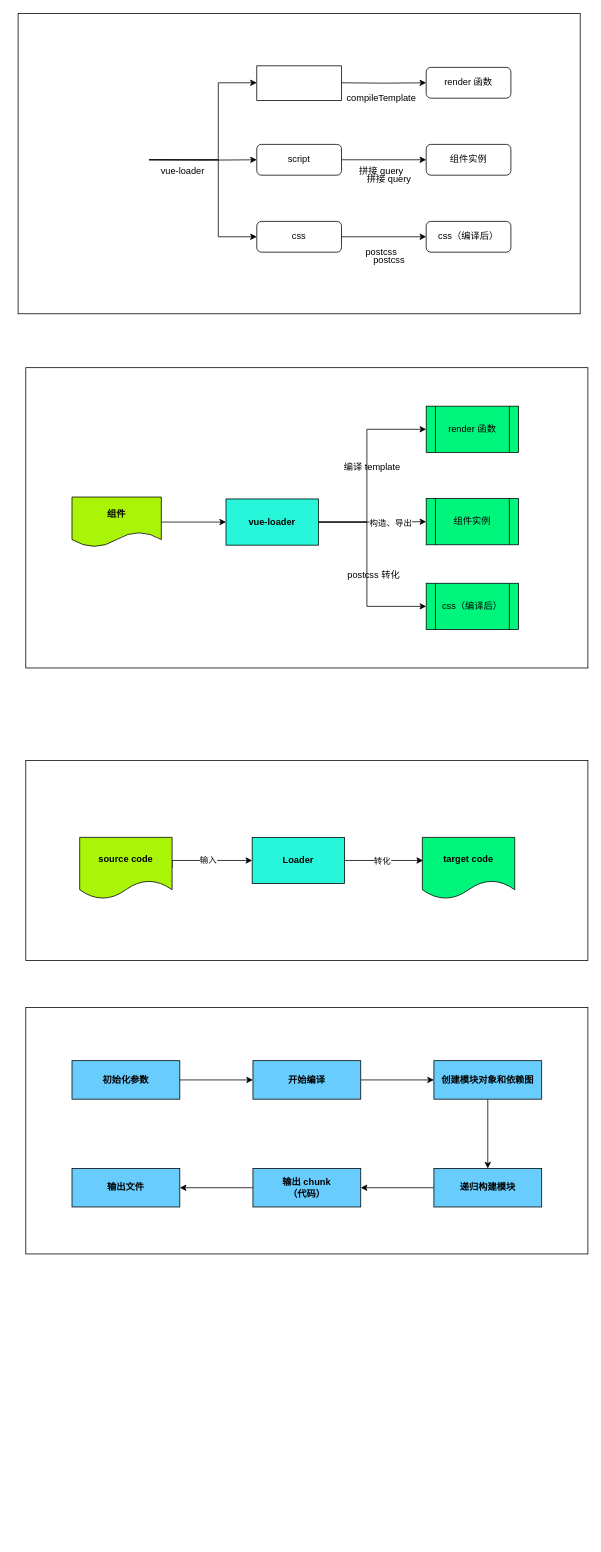
Earlier version of the draw.io diagram Untitled scoped css.drawio (WJCHumble/graph-asserts). Source tidied: cells renumbered, new cells numbered last; positions are measured from the earlier drawing's top-left corner, leaving out a move shared by most shapes. Both pictures are drawn from the tidied source at 77%, with x=0, y=0 at pixel (18, 13).
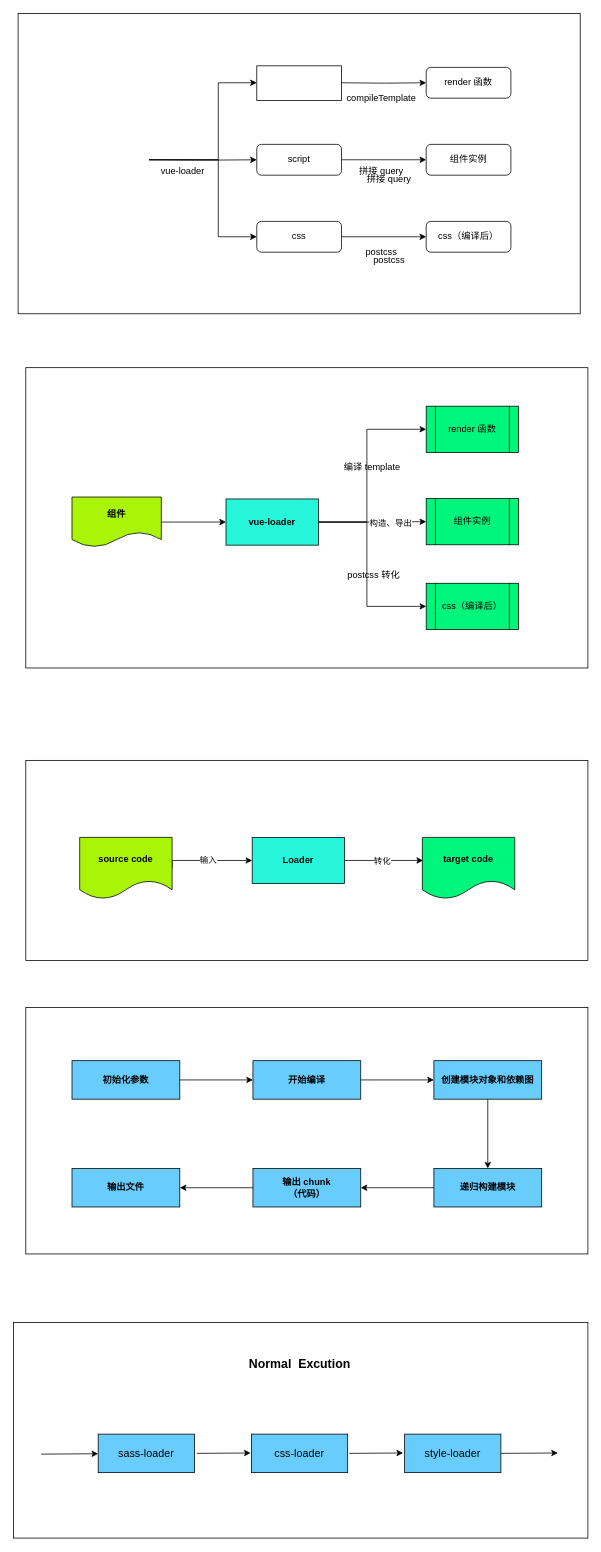
After the change.

What changed in the source:
```diff
@@
+    <mxCell id="54" style="rounded=0;whiteSpace=wrap;html=1;" parent="1" vertex="1">
+      <mxGeometry x="-6" y="1700" width="746" height="280" as="geometry" />
+    </mxCell>
+    <mxCell id="55" value="&lt;b&gt;&lt;font style=&quot;font-size: 16px&quot;&gt;Normal&amp;nbsp; Excution&lt;/font&gt;&lt;/b&gt;" style="text;html=1;strokeColor=none;fillColor=none;align=center;verticalAlign=middle;whiteSpace=wrap;rounded=0;" parent="1" vertex="1">
+      <mxGeometry x="245.5" y="1744" width="240" height="20" as="geometry" />
+    </mxCell>
+    <mxCell id="56" value="&lt;font style=&quot;font-size: 14px&quot;&gt;sass-loader&lt;/font&gt;" style="rounded=0;whiteSpace=wrap;html=1;fillColor=#68CCFD;" parent="1" vertex="1">
+      <mxGeometry x="104" y="1845" width="125" height="50" as="geometry" />
+    </mxCell>
+    <mxCell id="57" value="&lt;font style=&quot;font-size: 14px&quot;&gt;css-loader&lt;/font&gt;" style="rounded=0;whiteSpace=wrap;html=1;fillColor=#68CCFD;" parent="1" vertex="1">
+      <mxGeometry x="303" y="1845" width="125" height="50" as="geometry" />
+    </mxCell>
+    <mxCell id="58" value="&lt;font style=&quot;font-size: 14px&quot;&gt;style-loader&lt;/font&gt;" style="rounded=0;whiteSpace=wrap;html=1;fillColor=#68CCFD;" parent="1" vertex="1">
+      <mxGeometry x="502" y="1845" width="125" height="50" as="geometry" />
+    </mxCell>
+    <mxCell id="59" style="endArrow=classic;html=1;" parent="1" edge="1" target="56">
+      <mxGeometry relative="1" as="geometry">
+        <mxPoint x="30" y="1871" as="sourcePoint" />
+      </mxGeometry>
+    </mxCell>
+    <mxCell id="60" style="endArrow=classic;html=1;" parent="1" edge="1">
+      <mxGeometry relative="1" as="geometry">
+        <mxPoint x="232" y="1870" as="sourcePoint" />
+        <mxPoint x="302" y="1869.5" as="targetPoint" />
+      </mxGeometry>
+    </mxCell>
+    <mxCell id="61" style="endArrow=classic;html=1;" parent="1" edge="1">
+      <mxGeometry relative="1" as="geometry">
+        <mxPoint x="430" y="1870" as="sourcePoint" />
+        <mxPoint x="500" y="1869.5" as="targetPoint" />
+      </mxGeometry>
+    </mxCell>
+    <mxCell id="62" style="endArrow=classic;html=1;" parent="1" edge="1">
+      <mxGeometry relative="1" as="geometry">
+        <mxPoint x="627" y="1870" as="sourcePoint" />
+        <mxPoint x="701" y="1869.5" as="targetPoint" />
+      </mxGeometry>
+    </mxCell>
```
